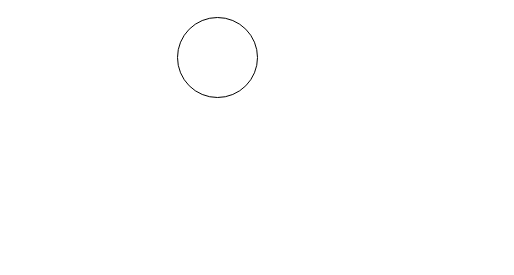
Above: files/img/PicGo-Github_PicBed/未命名绘图.drawio in GodLikesYou/Picbed (draw.io), before the change. Source tidied: cells renumbered, new cells numbered last; positions are measured from the earlier drawing's top-left corner, leaving out a move shared by most shapes. Both pictures are drawn from the tidied source at 100%, with x=0, y=0 at pixel (177, 17).
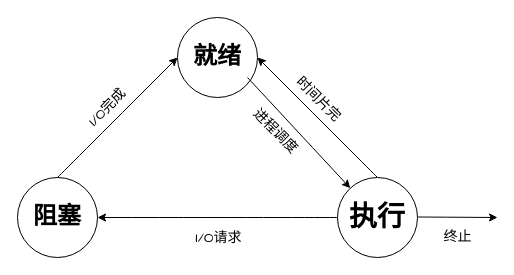
After the change.

Commit message (it also covers changes not shown here):
进程的三种基本状态及其转换.drawio

The edit, as a diff of the source:
```diff
@@
-    <mxCell id="2" style="ellipse;whiteSpace=wrap;html=1;fontFamily=Comic Sans MS;" parent="1" vertex="1">
+    <mxCell id="2" value="&lt;h1&gt;就绪&lt;/h1&gt;" style="ellipse;whiteSpace=wrap;html=1;fontFamily=Comic Sans MS;" parent="1" vertex="1">
       <mxGeometry width="80" height="80" as="geometry" />
     </mxCell>
+    <mxCell id="3" value="&lt;h1&gt;阻塞&lt;/h1&gt;" style="ellipse;whiteSpace=wrap;html=1;fontFamily=Comic Sans MS;fontSize=12;gradientColor=none;" parent="1" vertex="1">
+      <mxGeometry x="-160" y="160" width="80" height="80" as="geometry" />
+    </mxCell>
+    <mxCell id="4" style="endArrow=classic;html=1;rounded=0;fontFamily=Comic Sans MS;fontSize=14;curved=1;" parent="1" edge="1">
+      <mxGeometry relative="1" as="geometry">
+        <mxPoint x="-120" y="160" as="sourcePoint" />
+        <mxPoint y="40" as="targetPoint" />
+      </mxGeometry>
+    </mxCell>
+    <mxCell id="5" value="I/O完成" style="edgeLabel;html=1;align=center;verticalAlign=middle;fontSize=14;fontFamily=Comic Sans MS;rotation=-46;" parent="4" vertex="1">
+      <mxGeometry x="0.29" relative="1" as="geometry">
+        <mxPoint x="-28" y="8" as="offset" />
+      </mxGeometry>
+    </mxCell>
+    <mxCell id="6" style="endArrow=classic;html=1;rounded=0;fontFamily=Comic Sans MS;fontSize=14;curved=1;" parent="1" edge="1">
+      <mxGeometry relative="1" as="geometry">
+        <mxPoint x="200" y="160" as="sourcePoint" />
+        <mxPoint x="80" y="40" as="targetPoint" />
+      </mxGeometry>
+    </mxCell>
+    <mxCell id="7" value="时间片完" style="edgeLabel;html=1;align=center;verticalAlign=middle;fontSize=14;fontFamily=Comic Sans MS;rotation=45;" parent="6" vertex="1">
+      <mxGeometry x="0.29" relative="1" as="geometry">
+        <mxPoint x="18" y="-2" as="offset" />
+      </mxGeometry>
+    </mxCell>
+    <mxCell id="8" style="endArrow=classic;html=1;rounded=0;fontFamily=Comic Sans MS;fontSize=14;curved=1;" parent="1" edge="1" target="10">
+      <mxGeometry relative="1" as="geometry">
+        <mxPoint x="70" y="60" as="sourcePoint" />
+      </mxGeometry>
+    </mxCell>
+    <mxCell id="9" value="进程调度" style="edgeLabel;html=1;align=center;verticalAlign=middle;fontSize=14;fontFamily=Comic Sans MS;rotation=45;" parent="8" vertex="1">
+      <mxGeometry x="0.29" relative="1" as="geometry">
+        <mxPoint x="-38" y="-18" as="offset" />
+      </mxGeometry>
+    </mxCell>
+    <mxCell id="10" value="&lt;h1&gt;执行&lt;/h1&gt;" style="ellipse;whiteSpace=wrap;html=1;fontFamily=Comic Sans MS;fontSize=14;gradientColor=none;" parent="1" vertex="1">
+      <mxGeometry x="160" y="160" width="80" height="80" as="geometry" />
+    </mxCell>
+    <mxCell id="11" style="endArrow=classic;html=1;rounded=0;fontFamily=Comic Sans MS;fontSize=14;curved=1;entryX=1;entryY=0.5;entryDx=0;entryDy=0;exitX=0;exitY=0.5;exitDx=0;exitDy=0;" parent="1" edge="1" source="10" target="3">
+      <mxGeometry relative="1" as="geometry" />
+    </mxCell>
+    <mxCell id="12" value="I/O请求" style="edgeLabel;html=1;align=center;verticalAlign=middle;fontSize=14;fontFamily=Comic Sans MS;rotation=0;" parent="11" vertex="1">
+      <mxGeometry x="0.29" relative="1" as="geometry">
+        <mxPoint x="35" y="20" as="offset" />
+      </mxGeometry>
+    </mxCell>
+    <mxCell id="13" style="endArrow=classic;html=1;rounded=0;fontFamily=Comic Sans MS;fontSize=14;curved=1;exitX=1;exitY=0.5;exitDx=0;exitDy=0;" parent="1" edge="1">
+      <mxGeometry relative="1" as="geometry">
+        <mxPoint x="240" y="199.5" as="sourcePoint" />
+        <mxPoint x="320" y="200" as="targetPoint" />
+      </mxGeometry>
+    </mxCell>
+    <mxCell id="14" value="终止" style="edgeLabel;html=1;align=center;verticalAlign=middle;fontSize=14;fontFamily=Comic Sans MS;rotation=0;" parent="13" vertex="1">
+      <mxGeometry x="0.29" relative="1" as="geometry">
+        <mxPoint x="-12" y="20" as="offset" />
+      </mxGeometry>
+    </mxCell>
```
